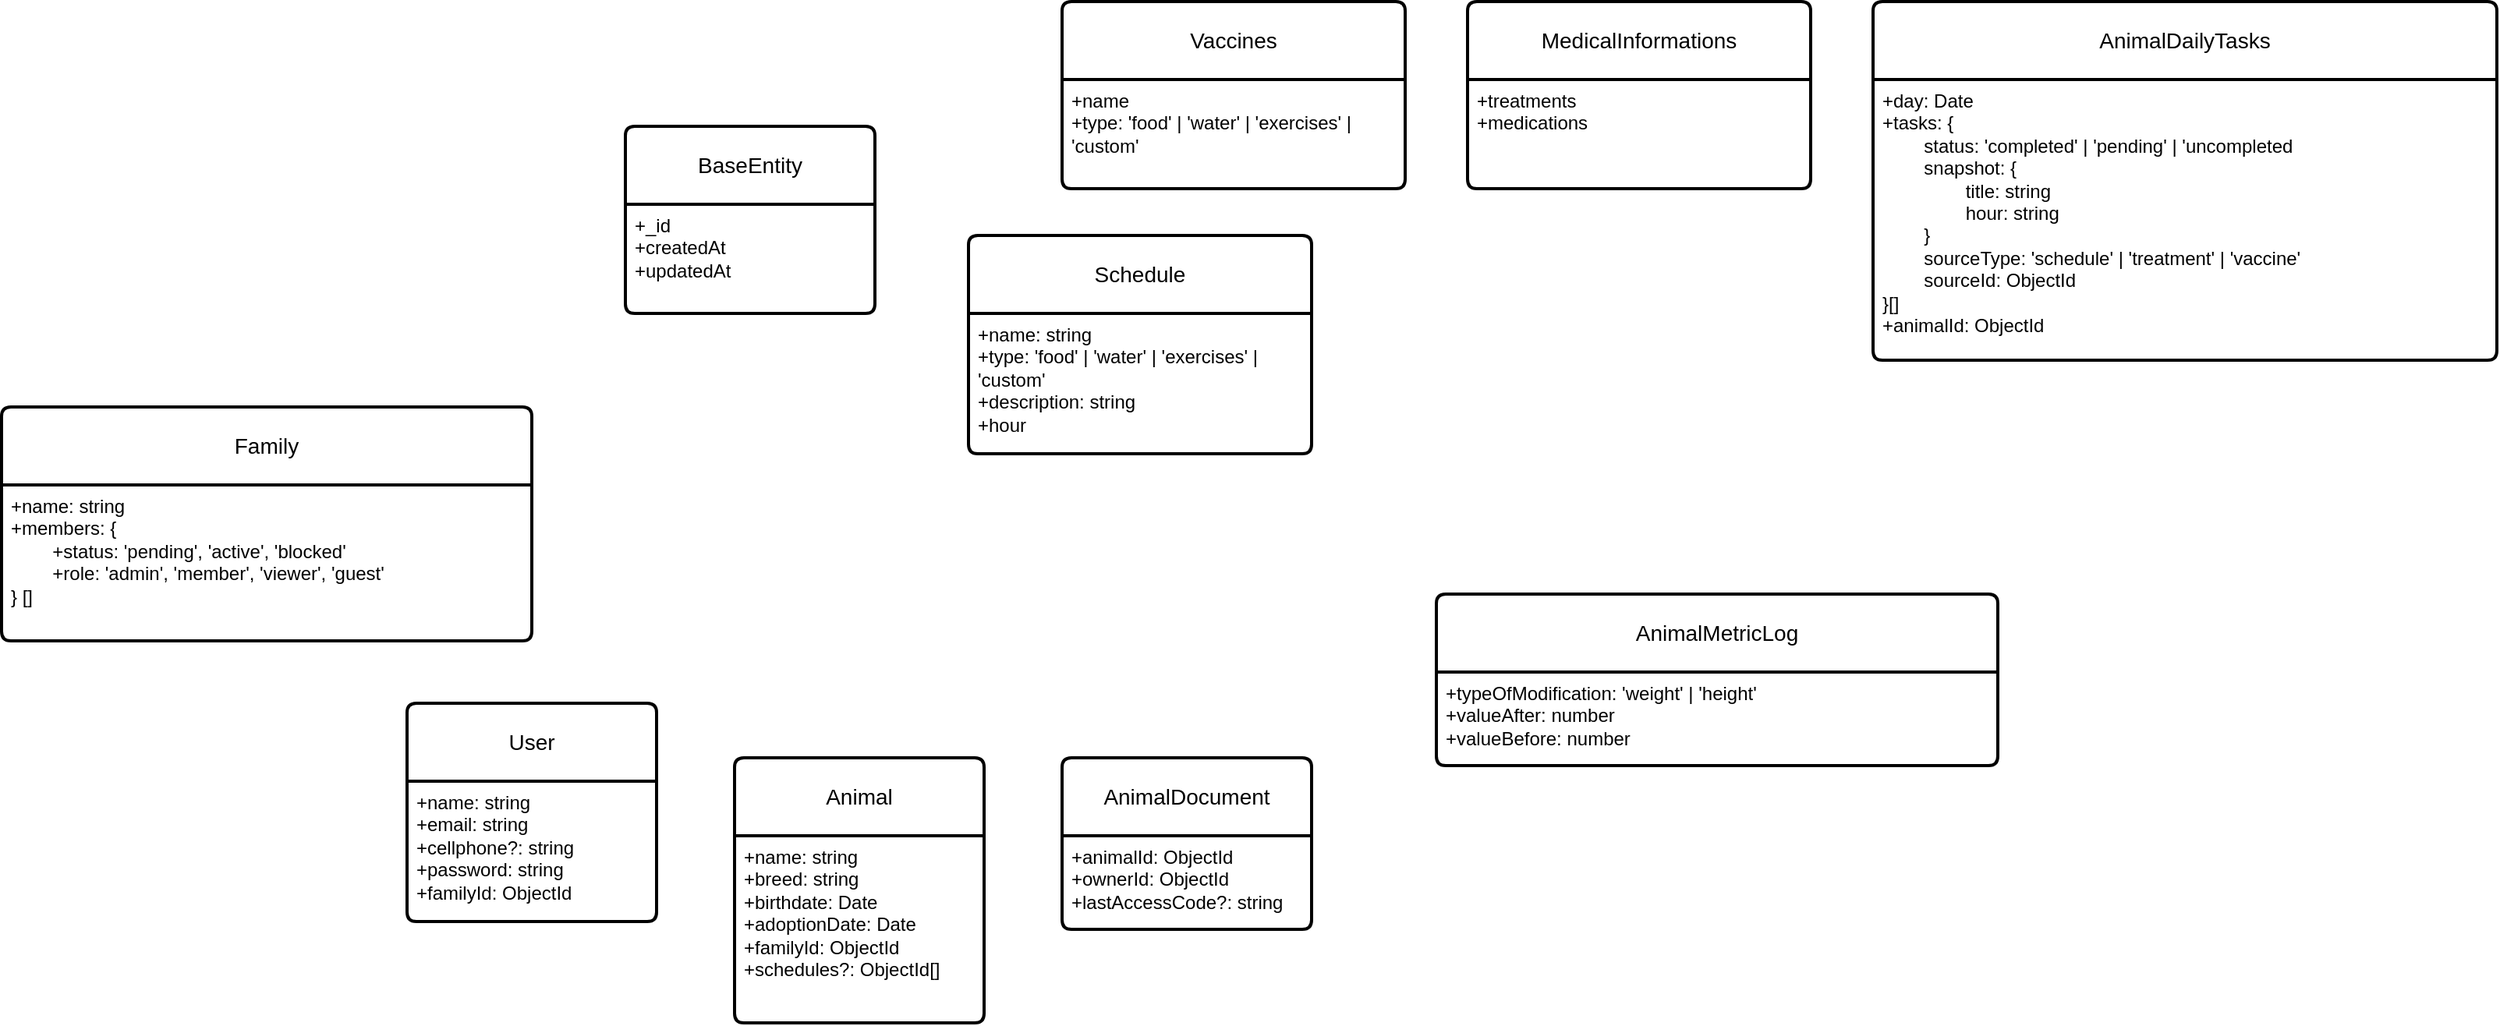
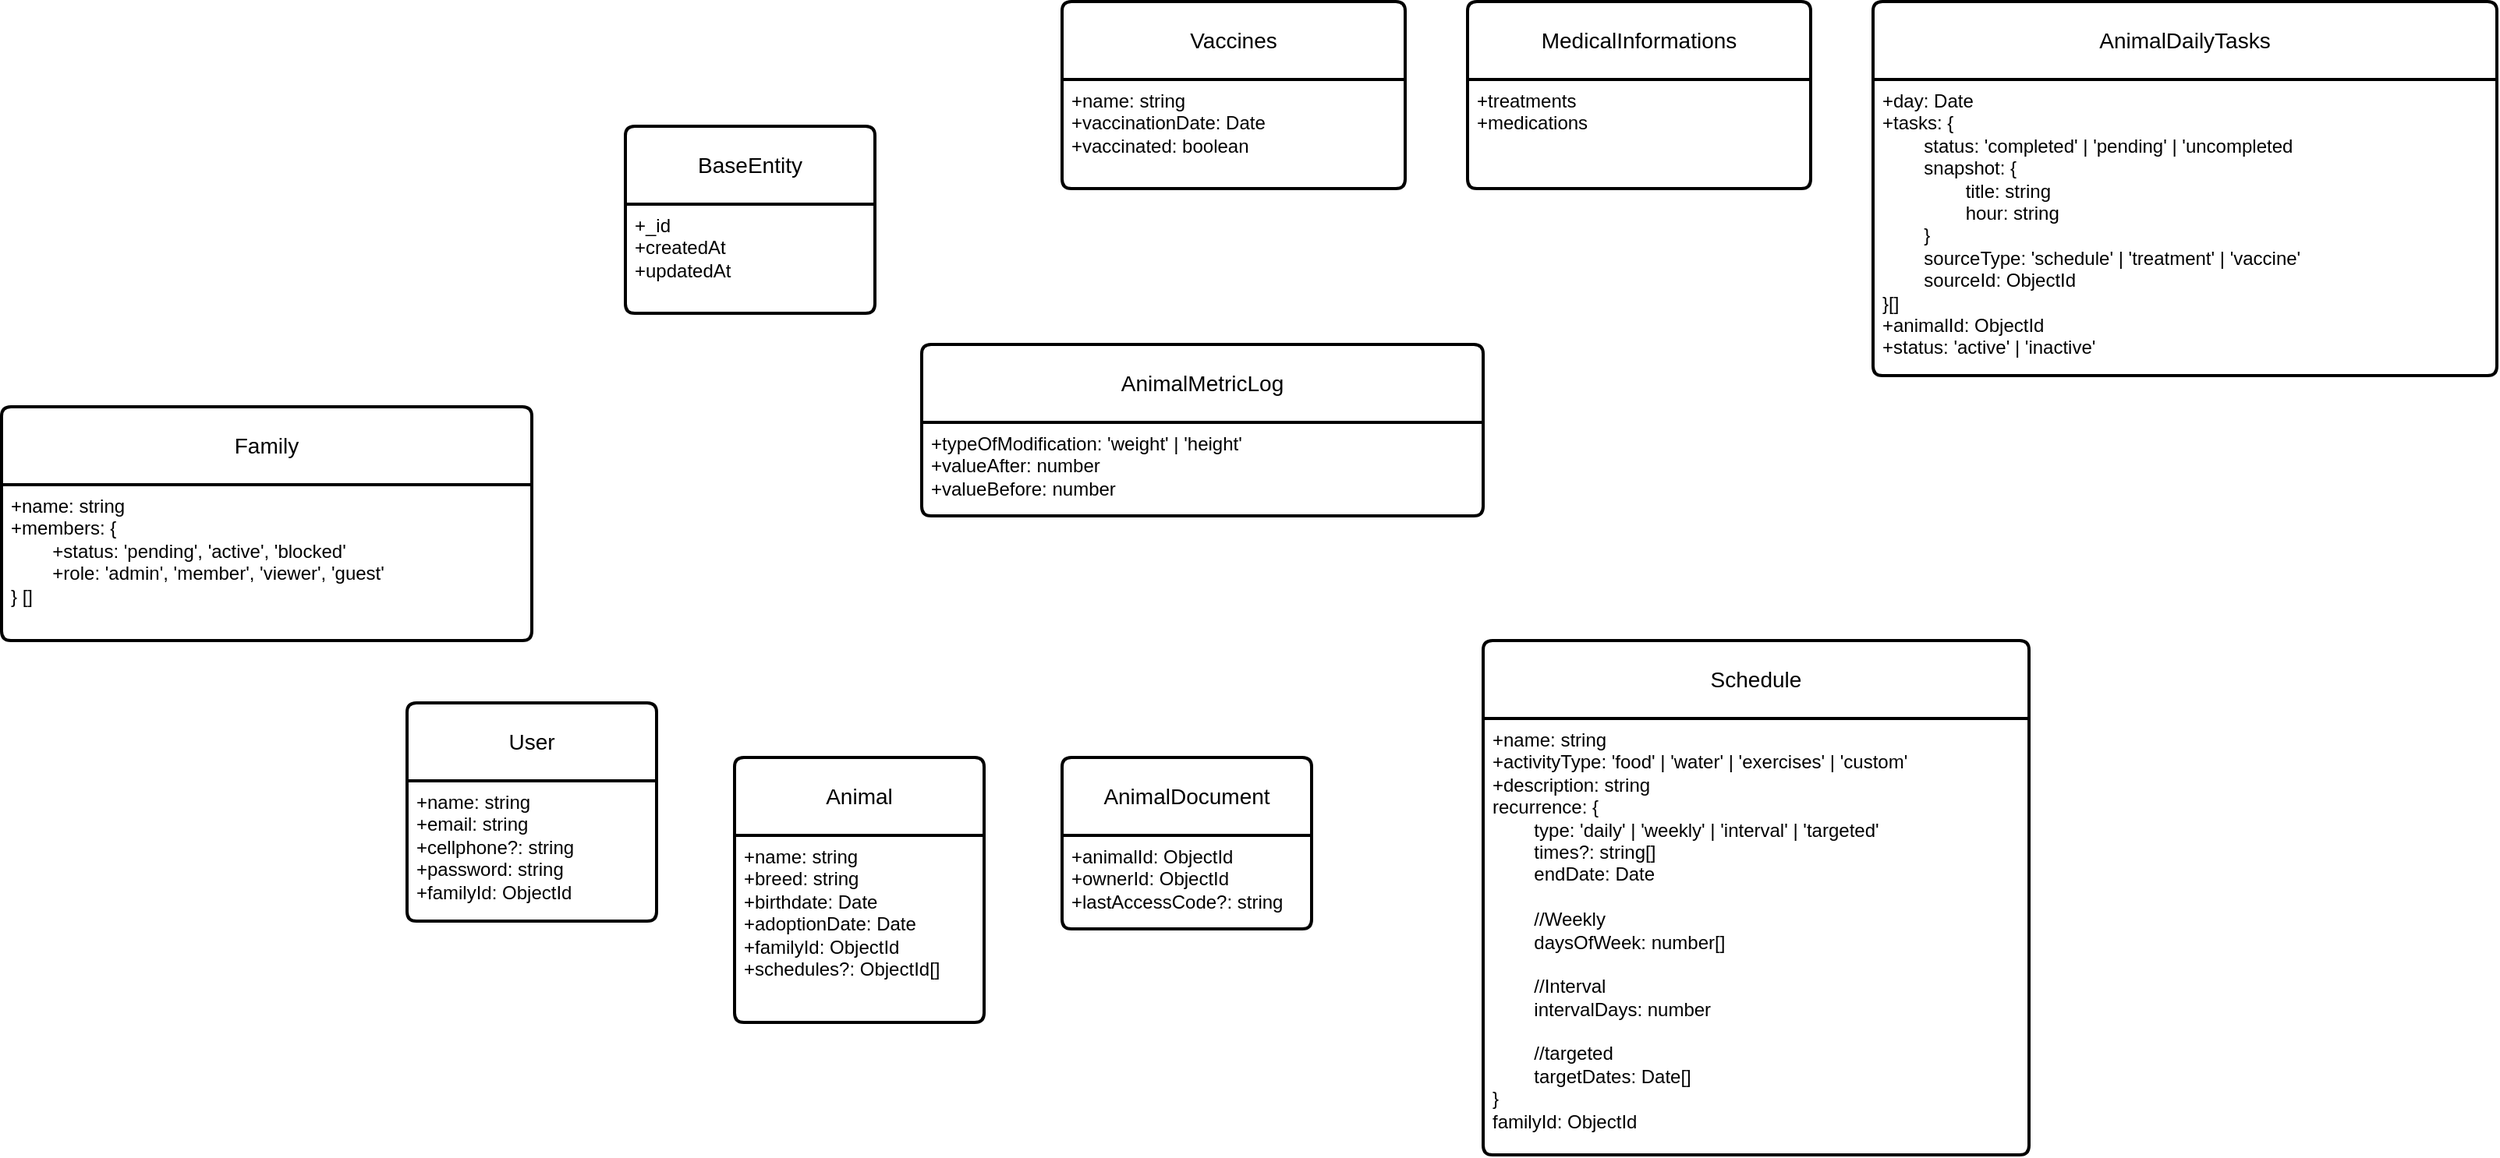
<mxfile host="app.diagrams.net">
  <diagram name="Página-1" id="UP7k713X2tn1_7i-ycOS">
-     <mxGraphModel dx="2464" dy="2010" grid="1" gridSize="10" guides="1" tooltips="1" connect="1" arrows="1" fold="1" page="1" pageScale="1" pageWidth="827" pageHeight="1169" math="0" shadow="0">
+     <mxGraphModel dx="1486" dy="1508" grid="1" gridSize="10" guides="1" tooltips="1" connect="1" arrows="1" fold="1" page="1" pageScale="1" pageWidth="827" pageHeight="1169" math="0" shadow="0">
      <root>
        <mxCell id="0" />
        <mxCell id="1" parent="0" />
        <mxCell id="do_SDq9r3reZLMD3S4qi-10" edge="1" parent="1" source="do_SDq9r3reZLMD3S4qi-7" style="edgeStyle=orthogonalEdgeStyle;rounded=0;orthogonalLoop=1;jettySize=auto;html=1;exitX=0.75;exitY=0;exitDx=0;exitDy=0;" target="do_SDq9r3reZLMD3S4qi-6">
          <mxGeometry relative="1" as="geometry" />
        </mxCell>
        <mxCell id="do_SDq9r3reZLMD3S4qi-2" parent="1" style="swimlane;childLayout=stackLayout;horizontal=1;startSize=50;horizontalStack=0;rounded=1;fontSize=14;fontStyle=0;strokeWidth=2;resizeParent=0;resizeLast=1;shadow=0;dashed=0;align=center;arcSize=4;whiteSpace=wrap;html=1;" value="User" vertex="1">
          <mxGeometry height="140" width="160" x="160" y="210" as="geometry">
            <mxRectangle height="50" width="70" x="220" y="260" as="alternateBounds" />
          </mxGeometry>
        </mxCell>
        <mxCell id="do_SDq9r3reZLMD3S4qi-3" parent="do_SDq9r3reZLMD3S4qi-2" style="align=left;strokeColor=none;fillColor=none;spacingLeft=4;spacingRight=4;fontSize=12;verticalAlign=top;resizable=0;rotatable=0;part=1;html=1;whiteSpace=wrap;" value="+name: string&lt;br&gt;+email: string&lt;div&gt;+cellphone?: string&lt;br&gt;+password: string&lt;div&gt;+familyId: ObjectId&lt;/div&gt;&lt;/div&gt;" vertex="1">
          <mxGeometry height="90" width="160" y="50" as="geometry" />
        </mxCell>
        <mxCell id="do_SDq9r3reZLMD3S4qi-4" parent="1" style="swimlane;childLayout=stackLayout;horizontal=1;startSize=50;horizontalStack=0;rounded=1;fontSize=14;fontStyle=0;strokeWidth=2;resizeParent=0;resizeLast=1;shadow=0;dashed=0;align=center;arcSize=4;whiteSpace=wrap;html=1;" value="Animal" vertex="1">
          <mxGeometry height="170" width="160" x="370" y="245" as="geometry" />
        </mxCell>
        <mxCell id="do_SDq9r3reZLMD3S4qi-5" parent="do_SDq9r3reZLMD3S4qi-4" style="align=left;strokeColor=none;fillColor=none;spacingLeft=4;spacingRight=4;fontSize=12;verticalAlign=top;resizable=0;rotatable=0;part=1;html=1;whiteSpace=wrap;" value="+name: string&lt;br&gt;+breed: string&lt;br&gt;+birthdate: Date&lt;div&gt;+adoptionDate: Date&lt;/div&gt;&lt;div&gt;+familyId: ObjectId&lt;/div&gt;&lt;div&gt;+schedules?: ObjectId[]&lt;br&gt;&lt;/div&gt;" vertex="1">
          <mxGeometry height="120" width="160" y="50" as="geometry" />
        </mxCell>
        <mxCell id="do_SDq9r3reZLMD3S4qi-6" parent="1" style="swimlane;childLayout=stackLayout;horizontal=1;startSize=50;horizontalStack=0;rounded=1;fontSize=14;fontStyle=0;strokeWidth=2;resizeParent=0;resizeLast=1;shadow=0;dashed=0;align=center;arcSize=4;whiteSpace=wrap;html=1;" value="BaseEntity" vertex="1">
          <mxGeometry height="120" width="160" x="300" y="-160" as="geometry" />
        </mxCell>
        <mxCell id="do_SDq9r3reZLMD3S4qi-7" parent="do_SDq9r3reZLMD3S4qi-6" style="align=left;strokeColor=none;fillColor=none;spacingLeft=4;spacingRight=4;fontSize=12;verticalAlign=top;resizable=0;rotatable=0;part=1;html=1;whiteSpace=wrap;" value="+_id&lt;br&gt;+createdAt&lt;br&gt;+updatedAt" vertex="1">
          <mxGeometry height="70" width="160" y="50" as="geometry" />
        </mxCell>
        <mxCell id="S2RuwkD74a4t5puW_1cQ-2" parent="1" style="swimlane;childLayout=stackLayout;horizontal=1;startSize=50;horizontalStack=0;rounded=1;fontSize=14;fontStyle=0;strokeWidth=2;resizeParent=0;resizeLast=1;shadow=0;dashed=0;align=center;arcSize=4;whiteSpace=wrap;html=1;" value="Family" vertex="1">
          <mxGeometry height="150" width="340" x="-100" y="20" as="geometry" />
        </mxCell>
        <mxCell id="S2RuwkD74a4t5puW_1cQ-3" parent="S2RuwkD74a4t5puW_1cQ-2" style="align=left;strokeColor=none;fillColor=none;spacingLeft=4;spacingRight=4;fontSize=12;verticalAlign=top;resizable=0;rotatable=0;part=1;html=1;whiteSpace=wrap;" value="&lt;div&gt;+name: string&lt;/div&gt;+members: {&lt;div&gt;&lt;span style=&quot;background-color: transparent; color: light-dark(rgb(0, 0, 0), rgb(255, 255, 255));&quot;&gt;&lt;span style=&quot;white-space: pre;&quot;&gt;&#x9;&lt;/span&gt;+status: &#39;pending&#39;, &#39;active&#39;, &#39;blocked&#39;&lt;/span&gt;&lt;br&gt;&lt;span style=&quot;white-space: pre;&quot;&gt;&#x9;&lt;/span&gt;+role: &#39;admin&#39;, &#39;member&#39;, &#39;viewer&#39;, &#39;guest&#39;&lt;br&gt;&lt;div&gt;&lt;span style=&quot;background-color: transparent; color: light-dark(rgb(0, 0, 0), rgb(255, 255, 255));&quot;&gt;} []&lt;/span&gt;&lt;/div&gt;&lt;div&gt;&lt;div&gt;&lt;br&gt;&lt;/div&gt;&lt;/div&gt;&lt;/div&gt;" vertex="1">
          <mxGeometry height="100" width="340" y="50" as="geometry" />
        </mxCell>
        <mxCell id="S2RuwkD74a4t5puW_1cQ-4" parent="1" style="swimlane;childLayout=stackLayout;horizontal=1;startSize=50;horizontalStack=0;rounded=1;fontSize=14;fontStyle=0;strokeWidth=2;resizeParent=0;resizeLast=1;shadow=0;dashed=0;align=center;arcSize=4;whiteSpace=wrap;html=1;" value="Schedule" vertex="1">
-           <mxGeometry height="140" width="220" x="520" y="-90" as="geometry" />
+           <mxGeometry height="330" width="350" x="850" y="170" as="geometry" />
        </mxCell>
-         <mxCell id="S2RuwkD74a4t5puW_1cQ-5" parent="S2RuwkD74a4t5puW_1cQ-4" style="align=left;strokeColor=none;fillColor=none;spacingLeft=4;spacingRight=4;fontSize=12;verticalAlign=top;resizable=0;rotatable=0;part=1;html=1;whiteSpace=wrap;" value="+name: string&lt;br&gt;+type: &#39;food&#39; | &#39;water&#39; | &#39;exercises&#39; | &#39;custom&#39;&lt;div&gt;+description: string&lt;/div&gt;&lt;div&gt;+hour&lt;br&gt;&lt;div&gt;&lt;br&gt;&lt;/div&gt;&lt;/div&gt;" vertex="1">
-           <mxGeometry height="90" width="220" y="50" as="geometry" />
+         <mxCell id="S2RuwkD74a4t5puW_1cQ-5" parent="S2RuwkD74a4t5puW_1cQ-4" style="align=left;strokeColor=none;fillColor=none;spacingLeft=4;spacingRight=4;fontSize=12;verticalAlign=top;resizable=0;rotatable=0;part=1;html=1;whiteSpace=wrap;" value="+name: string&lt;br&gt;+activityType: &#39;food&#39; | &#39;water&#39; | &#39;exercises&#39; | &#39;custom&#39;&lt;div&gt;&lt;div&gt;+description: string&lt;/div&gt;&lt;div&gt;recurrence: {&lt;/div&gt;&lt;/div&gt;&lt;div&gt;&lt;span style=&quot;white-space: pre;&quot;&gt;&#x9;t&lt;/span&gt;ype: &#39;daily&#39; | &#39;weekly&#39; | &#39;interval&#39; | &#39;targeted&#39;&lt;/div&gt;&lt;div&gt;&lt;span style=&quot;white-space: pre;&quot;&gt;&#x9;&lt;/span&gt;times?: string[]&lt;/div&gt;&lt;div&gt;&lt;span style=&quot;white-space: pre;&quot;&gt;&#x9;&lt;/span&gt;endDate: Date&lt;/div&gt;&lt;div&gt;&lt;br&gt;&lt;/div&gt;&lt;div&gt;&lt;span style=&quot;white-space: pre;&quot;&gt;&#x9;&lt;/span&gt;//Weekly&lt;br&gt;&lt;/div&gt;&lt;div&gt;&lt;span style=&quot;white-space: pre;&quot;&gt;&#x9;&lt;/span&gt;daysOfWeek: number[]&lt;br&gt;&lt;/div&gt;&lt;div&gt;&lt;br&gt;&lt;/div&gt;&lt;div&gt;&lt;span style=&quot;white-space: pre;&quot;&gt;&#x9;&lt;/span&gt;//Interval&lt;br&gt;&lt;/div&gt;&lt;div&gt;&lt;span style=&quot;white-space: pre;&quot;&gt;&#x9;&lt;/span&gt;intervalDays: number&lt;/div&gt;&lt;div&gt;&lt;br&gt;&lt;/div&gt;&lt;div&gt;&lt;span style=&quot;white-space: pre;&quot;&gt;&#x9;&lt;/span&gt;//targeted&lt;br&gt;&lt;/div&gt;&lt;div&gt;&lt;span style=&quot;white-space: pre;&quot;&gt;&#x9;&lt;/span&gt;targetDates: Date[]&lt;br&gt;&lt;/div&gt;&lt;div&gt;&lt;span style=&quot;background-color: transparent; color: light-dark(rgb(0, 0, 0), rgb(255, 255, 255));&quot;&gt;}&lt;/span&gt;&lt;/div&gt;&lt;div&gt;&lt;span style=&quot;background-color: transparent; color: light-dark(rgb(0, 0, 0), rgb(255, 255, 255));&quot;&gt;familyId: ObjectId&lt;/span&gt;&lt;/div&gt;" vertex="1">
+           <mxGeometry height="280" width="350" y="50" as="geometry" />
        </mxCell>
        <mxCell id="S2RuwkD74a4t5puW_1cQ-12" parent="1" style="swimlane;childLayout=stackLayout;horizontal=1;startSize=50;horizontalStack=0;rounded=1;fontSize=14;fontStyle=0;strokeWidth=2;resizeParent=0;resizeLast=1;shadow=0;dashed=0;align=center;arcSize=4;whiteSpace=wrap;html=1;" value="AnimalMetricLog" vertex="1">
-           <mxGeometry height="110" width="360" x="820" y="140" as="geometry" />
+           <mxGeometry height="110" width="360" x="490" y="-20" as="geometry" />
        </mxCell>
        <mxCell id="S2RuwkD74a4t5puW_1cQ-13" parent="S2RuwkD74a4t5puW_1cQ-12" style="align=left;strokeColor=none;fillColor=none;spacingLeft=4;spacingRight=4;fontSize=12;verticalAlign=top;resizable=0;rotatable=0;part=1;html=1;whiteSpace=wrap;" value="+typeOfModification: &#39;weight&#39; | &#39;height&#39;&lt;br&gt;+valueAfter: number&lt;br&gt;&lt;div&gt;+valueBefore: number&lt;/div&gt;&lt;div&gt;&lt;div&gt;&lt;br&gt;&lt;/div&gt;&lt;/div&gt;" vertex="1">
          <mxGeometry height="60" width="360" y="50" as="geometry" />
        </mxCell>
        <mxCell id="S2RuwkD74a4t5puW_1cQ-15" parent="1" style="swimlane;childLayout=stackLayout;horizontal=1;startSize=50;horizontalStack=0;rounded=1;fontSize=14;fontStyle=0;strokeWidth=2;resizeParent=0;resizeLast=1;shadow=0;dashed=0;align=center;arcSize=4;whiteSpace=wrap;html=1;" value="AnimalDocument" vertex="1">
          <mxGeometry height="110" width="160" x="580" y="245" as="geometry" />
        </mxCell>
        <mxCell id="S2RuwkD74a4t5puW_1cQ-16" parent="S2RuwkD74a4t5puW_1cQ-15" style="align=left;strokeColor=none;fillColor=none;spacingLeft=4;spacingRight=4;fontSize=12;verticalAlign=top;resizable=0;rotatable=0;part=1;html=1;whiteSpace=wrap;" value="+animalId: ObjectId&lt;br&gt;+ownerId: ObjectId&lt;br&gt;+lastAccessCode?: string" vertex="1">
          <mxGeometry height="60" width="160" y="50" as="geometry" />
        </mxCell>
        <mxCell id="S2RuwkD74a4t5puW_1cQ-18" parent="1" style="swimlane;childLayout=stackLayout;horizontal=1;startSize=50;horizontalStack=0;rounded=1;fontSize=14;fontStyle=0;strokeWidth=2;resizeParent=0;resizeLast=1;shadow=0;dashed=0;align=center;arcSize=4;whiteSpace=wrap;html=1;" value="Vaccines" vertex="1">
          <mxGeometry height="120" width="220" x="580" y="-240" as="geometry" />
        </mxCell>
-         <mxCell id="S2RuwkD74a4t5puW_1cQ-19" parent="S2RuwkD74a4t5puW_1cQ-18" style="align=left;strokeColor=none;fillColor=none;spacingLeft=4;spacingRight=4;fontSize=12;verticalAlign=top;resizable=0;rotatable=0;part=1;html=1;whiteSpace=wrap;" value="+name&lt;br&gt;+type: &#39;food&#39; | &#39;water&#39; | &#39;exercises&#39; | &#39;custom&#39;" vertex="1">
+         <mxCell id="S2RuwkD74a4t5puW_1cQ-19" parent="S2RuwkD74a4t5puW_1cQ-18" style="align=left;strokeColor=none;fillColor=none;spacingLeft=4;spacingRight=4;fontSize=12;verticalAlign=top;resizable=0;rotatable=0;part=1;html=1;whiteSpace=wrap;" value="+name: string&lt;br&gt;+vaccinationDate: Date&lt;div&gt;+vaccinated: boolean&lt;/div&gt;" vertex="1">
          <mxGeometry height="70" width="220" y="50" as="geometry" />
        </mxCell>
        <mxCell id="S2RuwkD74a4t5puW_1cQ-20" parent="1" style="swimlane;childLayout=stackLayout;horizontal=1;startSize=50;horizontalStack=0;rounded=1;fontSize=14;fontStyle=0;strokeWidth=2;resizeParent=0;resizeLast=1;shadow=0;dashed=0;align=center;arcSize=4;whiteSpace=wrap;html=1;" value="MedicalInformations" vertex="1">
          <mxGeometry height="120" width="220" x="840" y="-240" as="geometry" />
        </mxCell>
        <mxCell id="S2RuwkD74a4t5puW_1cQ-21" parent="S2RuwkD74a4t5puW_1cQ-20" style="align=left;strokeColor=none;fillColor=none;spacingLeft=4;spacingRight=4;fontSize=12;verticalAlign=top;resizable=0;rotatable=0;part=1;html=1;whiteSpace=wrap;" value="+treatments&lt;div&gt;+medications&lt;/div&gt;" vertex="1">
          <mxGeometry height="70" width="220" y="50" as="geometry" />
        </mxCell>
        <mxCell id="S2RuwkD74a4t5puW_1cQ-22" parent="1" style="swimlane;childLayout=stackLayout;horizontal=1;startSize=50;horizontalStack=0;rounded=1;fontSize=14;fontStyle=0;strokeWidth=2;resizeParent=0;resizeLast=1;shadow=0;dashed=0;align=center;arcSize=4;whiteSpace=wrap;html=1;" value="AnimalDailyTasks" vertex="1">
-           <mxGeometry height="230" width="400" x="1100" y="-240" as="geometry" />
+           <mxGeometry height="240" width="400" x="1100" y="-240" as="geometry" />
        </mxCell>
-         <mxCell id="S2RuwkD74a4t5puW_1cQ-23" parent="S2RuwkD74a4t5puW_1cQ-22" style="align=left;strokeColor=none;fillColor=none;spacingLeft=4;spacingRight=4;fontSize=12;verticalAlign=top;resizable=0;rotatable=0;part=1;html=1;whiteSpace=wrap;" value="+day: Date&lt;div&gt;+tasks: {&lt;/div&gt;&lt;div&gt;&lt;span style=&quot;background-color: transparent; color: light-dark(rgb(0, 0, 0), rgb(255, 255, 255)); white-space: pre;&quot;&gt;&#x9;&lt;/span&gt;&lt;span style=&quot;background-color: transparent; color: light-dark(rgb(0, 0, 0), rgb(255, 255, 255));&quot;&gt;status: &#39;completed&#39; | &#39;pending&#39; | &#39;uncompleted&lt;/span&gt;&lt;/div&gt;&lt;span style=&quot;background-color: transparent; color: light-dark(rgb(0, 0, 0), rgb(255, 255, 255)); white-space: pre;&quot;&gt;&#x9;snapshot: {&lt;/span&gt;&lt;br&gt;&lt;span style=&quot;background-color: transparent; color: light-dark(rgb(0, 0, 0), rgb(255, 255, 255)); white-space: pre;&quot;&gt;&#x9;&lt;/span&gt;&lt;span style=&quot;background-color: transparent; color: light-dark(rgb(0, 0, 0), rgb(255, 255, 255)); white-space: pre;&quot;&gt;&#x9;&lt;/span&gt;&lt;span style=&quot;background-color: transparent; color: light-dark(rgb(0, 0, 0), rgb(255, 255, 255));&quot;&gt;title: string&lt;/span&gt;&lt;br&gt;&lt;span style=&quot;background-color: transparent; color: light-dark(rgb(0, 0, 0), rgb(255, 255, 255)); white-space: pre;&quot;&gt;&#x9;&lt;/span&gt;&lt;span style=&quot;background-color: transparent; color: light-dark(rgb(0, 0, 0), rgb(255, 255, 255)); white-space: pre;&quot;&gt;&#x9;&lt;/span&gt;&lt;span style=&quot;background-color: transparent; color: light-dark(rgb(0, 0, 0), rgb(255, 255, 255));&quot;&gt;hour: string&lt;/span&gt;&lt;br&gt;&lt;span style=&quot;background-color: transparent; color: light-dark(rgb(0, 0, 0), rgb(255, 255, 255)); white-space: pre;&quot;&gt;&#x9;}&lt;/span&gt;&lt;br&gt;&lt;span style=&quot;background-color: transparent; color: light-dark(rgb(0, 0, 0), rgb(255, 255, 255)); white-space: pre;&quot;&gt;&#x9;&lt;/span&gt;&lt;span style=&quot;background-color: transparent; color: light-dark(rgb(0, 0, 0), rgb(255, 255, 255));&quot;&gt;sourceType: &#39;schedule&#39; | &#39;treatment&#39; | &#39;vaccine&#39;&lt;/span&gt;&lt;br&gt;&lt;div&gt;&lt;span style=&quot;white-space: pre;&quot;&gt;&#x9;&lt;/span&gt;sourceId: ObjectId&lt;/div&gt;&lt;div&gt;}[]&lt;br&gt;&lt;/div&gt;&lt;div&gt;+animalId: ObjectId&lt;/div&gt;" vertex="1">
-           <mxGeometry height="180" width="400" y="50" as="geometry" />
+         <mxCell id="S2RuwkD74a4t5puW_1cQ-23" parent="S2RuwkD74a4t5puW_1cQ-22" style="align=left;strokeColor=none;fillColor=none;spacingLeft=4;spacingRight=4;fontSize=12;verticalAlign=top;resizable=0;rotatable=0;part=1;html=1;whiteSpace=wrap;" value="+day: Date&lt;div&gt;+tasks: {&lt;/div&gt;&lt;div&gt;&lt;span style=&quot;background-color: transparent; color: light-dark(rgb(0, 0, 0), rgb(255, 255, 255)); white-space: pre;&quot;&gt;&#x9;&lt;/span&gt;&lt;span style=&quot;background-color: transparent; color: light-dark(rgb(0, 0, 0), rgb(255, 255, 255));&quot;&gt;status: &#39;completed&#39; | &#39;pending&#39; | &#39;uncompleted&lt;/span&gt;&lt;/div&gt;&lt;span style=&quot;background-color: transparent; color: light-dark(rgb(0, 0, 0), rgb(255, 255, 255)); white-space: pre;&quot;&gt;&#x9;snapshot: {&lt;/span&gt;&lt;br&gt;&lt;span style=&quot;background-color: transparent; color: light-dark(rgb(0, 0, 0), rgb(255, 255, 255)); white-space: pre;&quot;&gt;&#x9;&lt;/span&gt;&lt;span style=&quot;background-color: transparent; color: light-dark(rgb(0, 0, 0), rgb(255, 255, 255)); white-space: pre;&quot;&gt;&#x9;&lt;/span&gt;&lt;span style=&quot;background-color: transparent; color: light-dark(rgb(0, 0, 0), rgb(255, 255, 255));&quot;&gt;title: string&lt;/span&gt;&lt;br&gt;&lt;span style=&quot;background-color: transparent; color: light-dark(rgb(0, 0, 0), rgb(255, 255, 255)); white-space: pre;&quot;&gt;&#x9;&lt;/span&gt;&lt;span style=&quot;background-color: transparent; color: light-dark(rgb(0, 0, 0), rgb(255, 255, 255)); white-space: pre;&quot;&gt;&#x9;&lt;/span&gt;&lt;span style=&quot;background-color: transparent; color: light-dark(rgb(0, 0, 0), rgb(255, 255, 255));&quot;&gt;hour: string&lt;/span&gt;&lt;br&gt;&lt;span style=&quot;background-color: transparent; color: light-dark(rgb(0, 0, 0), rgb(255, 255, 255)); white-space: pre;&quot;&gt;&#x9;}&lt;/span&gt;&lt;br&gt;&lt;span style=&quot;background-color: transparent; color: light-dark(rgb(0, 0, 0), rgb(255, 255, 255)); white-space: pre;&quot;&gt;&#x9;&lt;/span&gt;&lt;span style=&quot;background-color: transparent; color: light-dark(rgb(0, 0, 0), rgb(255, 255, 255));&quot;&gt;sourceType: &#39;schedule&#39; | &#39;treatment&#39; | &#39;vaccine&#39;&lt;/span&gt;&lt;br&gt;&lt;div&gt;&lt;span style=&quot;white-space: pre;&quot;&gt;&#x9;&lt;/span&gt;sourceId: ObjectId&lt;/div&gt;&lt;div&gt;}[]&lt;br&gt;&lt;/div&gt;&lt;div&gt;+animalId: ObjectId&lt;/div&gt;&lt;div&gt;+status: &#39;active&#39; | &#39;inactive&#39;&lt;/div&gt;" vertex="1">
+           <mxGeometry height="190" width="400" y="50" as="geometry" />
        </mxCell>
      </root>
    </mxGraphModel>
  </diagram>
</mxfile>
